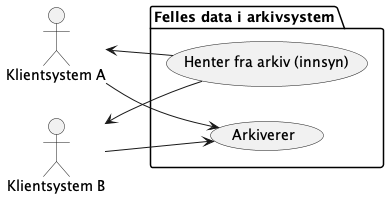
ks-no/fiks-arkiv-specification keeps this PlantUML diagram as Dokumentasjon/V1/UseCases/Flere-klientsystemer-med-felles-data/usecase2.png. Above is the earlier version.
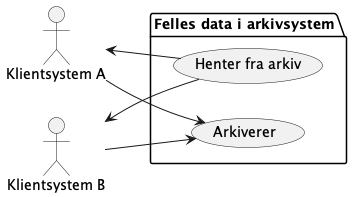
The same diagram one commit later.

Commit message:
Korrigert litt usecase diagram

Change to the diagram source:
```diff
@@ -6,7 +6,7 @@
 
 package Arkivsystem as "Felles data i arkivsystem" {
     usecase "Arkiverer" as uc1
-    usecase "Henter fra arkiv (innsyn)" as uc2
+    usecase "Henter fra arkiv" as uc2
 }
 
 KlientsystemA --> uc1
```
